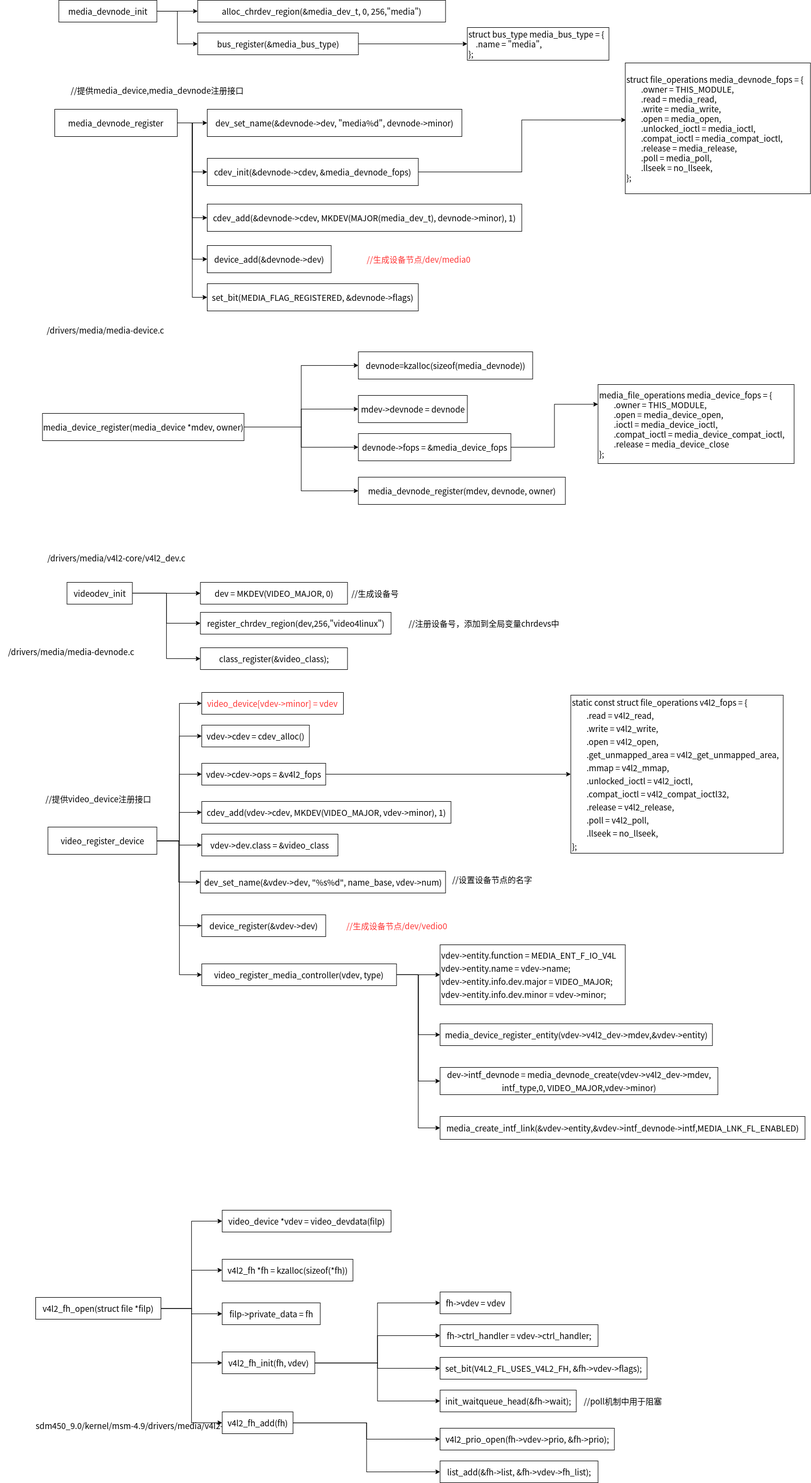
This is v4l2-core.png from zhangmeizhen/test2, a draw.io export, as it was before one commit. Source tidied: cells renumbered, new cells last; positions are measured from the earlier drawing's top-left corner, leaving out a move shared by most shapes.
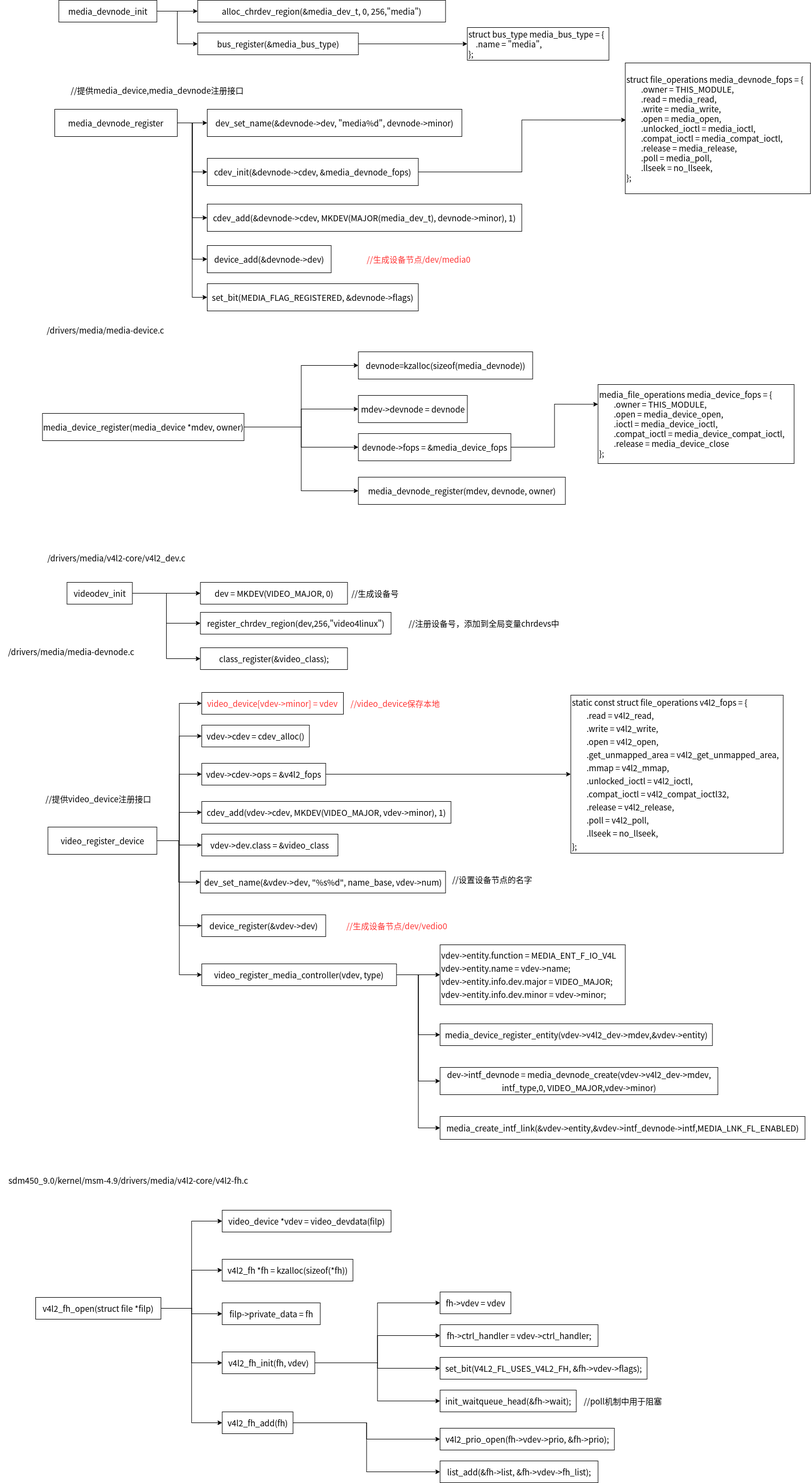
Above is the later version.

The edit, as a diff of the source:
```diff
@@ -225,7 +225,7 @@
       <mxGeometry x="807.5" y="2048" width="670" height="42" as="geometry" />
     </mxCell>
     <mxCell id="76" value="sdm450_9.0/kernel/msm-4.9/drivers/media/v4l2-core/v4l2-fh.c" style="text;html=1;align=center;verticalAlign=middle;strokeColor=none;fillColor=none;fontSize=15;fontColor=#000000;" parent="1" vertex="1">
-      <mxGeometry x="54.9" y="2600" width="460" height="30" as="geometry" />
+      <mxGeometry x="5" y="2150" width="460" height="30" as="geometry" />
     </mxCell>
     <mxCell id="77" style="edgeStyle=orthogonalEdgeStyle;rounded=0;jettySize=auto;html=1;entryX=0;entryY=0.5;entryDx=0;entryDy=0;fontSize=15;fontColor=#000000;strokeWidth=1;" parent="1" edge="1" source="82" target="85">
       <mxGeometry relative="1" as="geometry" />
@@ -302,5 +302,8 @@
     <mxCell id="101" value="&lt;div style=&quot;background-color: rgb(255, 255, 255); font-family: &amp;quot;Droid Sans Mono&amp;quot;, monospace, monospace, &amp;quot;Droid Sans Fallback&amp;quot;; font-size: 15px; line-height: 24px;&quot;&gt;&lt;div style=&quot;font-family: &amp;quot;Droid Sans Mono&amp;quot;, monospace, monospace, &amp;quot;Droid Sans Fallback&amp;quot;; line-height: 24px; font-size: 15px;&quot;&gt;&lt;div style=&quot;font-family: &amp;quot;Droid Sans Mono&amp;quot;, monospace, monospace, &amp;quot;Droid Sans Fallback&amp;quot;; line-height: 24px; font-size: 15px;&quot;&gt;&lt;div style=&quot;font-family: &amp;quot;Droid Sans Mono&amp;quot;, monospace, monospace, &amp;quot;Droid Sans Fallback&amp;quot;; line-height: 24px; font-size: 15px;&quot;&gt;&lt;div style=&quot;font-family: &amp;quot;Droid Sans Mono&amp;quot;, monospace, monospace, &amp;quot;Droid Sans Fallback&amp;quot;; font-size: 15px; line-height: 24px;&quot;&gt;&lt;div style=&quot;font-family: &amp;quot;Droid Sans Mono&amp;quot;, monospace, monospace, &amp;quot;Droid Sans Fallback&amp;quot;; line-height: 24px; font-size: 15px;&quot;&gt;&lt;div style=&quot;font-family: &amp;quot;Droid Sans Mono&amp;quot;, monospace, monospace, &amp;quot;Droid Sans Fallback&amp;quot;; line-height: 24px;&quot;&gt;&lt;div style=&quot;font-family: &amp;quot;Droid Sans Mono&amp;quot;, monospace, monospace, &amp;quot;Droid Sans Fallback&amp;quot;; line-height: 24px;&quot;&gt;&lt;font color=&quot;#ff3333&quot;&gt;video_device[vdev-&amp;gt;minor] = vdev&lt;/font&gt;&lt;/div&gt;&lt;/div&gt;&lt;/div&gt;&lt;/div&gt;&lt;/div&gt;&lt;/div&gt;&lt;/div&gt;&lt;/div&gt;" style="whiteSpace=wrap;html=1;fontColor=#000000;fontSize=15;spacing=1;" parent="1" vertex="1">
       <mxGeometry x="370" y="1270" width="260" height="40" as="geometry" />
     </mxCell>
+    <mxCell id="102" value="//video_device保存本地" style="text;html=1;align=center;verticalAlign=middle;strokeColor=none;fillColor=none;fontSize=15;fontColor=#FF3333;" parent="1" vertex="1">
+      <mxGeometry x="630" y="1275" width="190" height="30" as="geometry" />
+    </mxCell>
   </root>
 </mxGraphModel>
```
